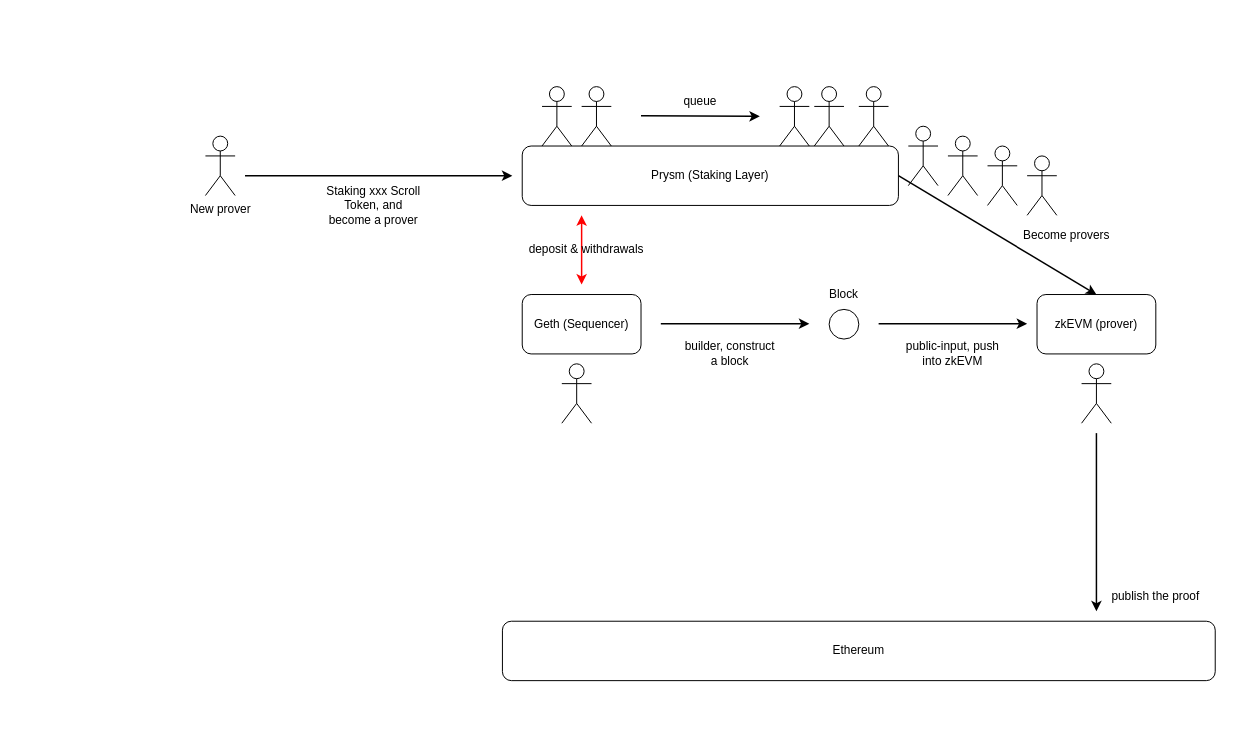
0xyicheng/a-research-diagram keeps this draw.io diagram as scroll/idea: reuse beacon chain.drawio. Above is the earlier version. Source tidied: cells renumbered, new cells numbered last; positions are measured from the earlier drawing's top-left corner, leaving out a move shared by most shapes. Both pictures are drawn from the tidied source at 99%, with x=0, y=0 at pixel (205, 86).
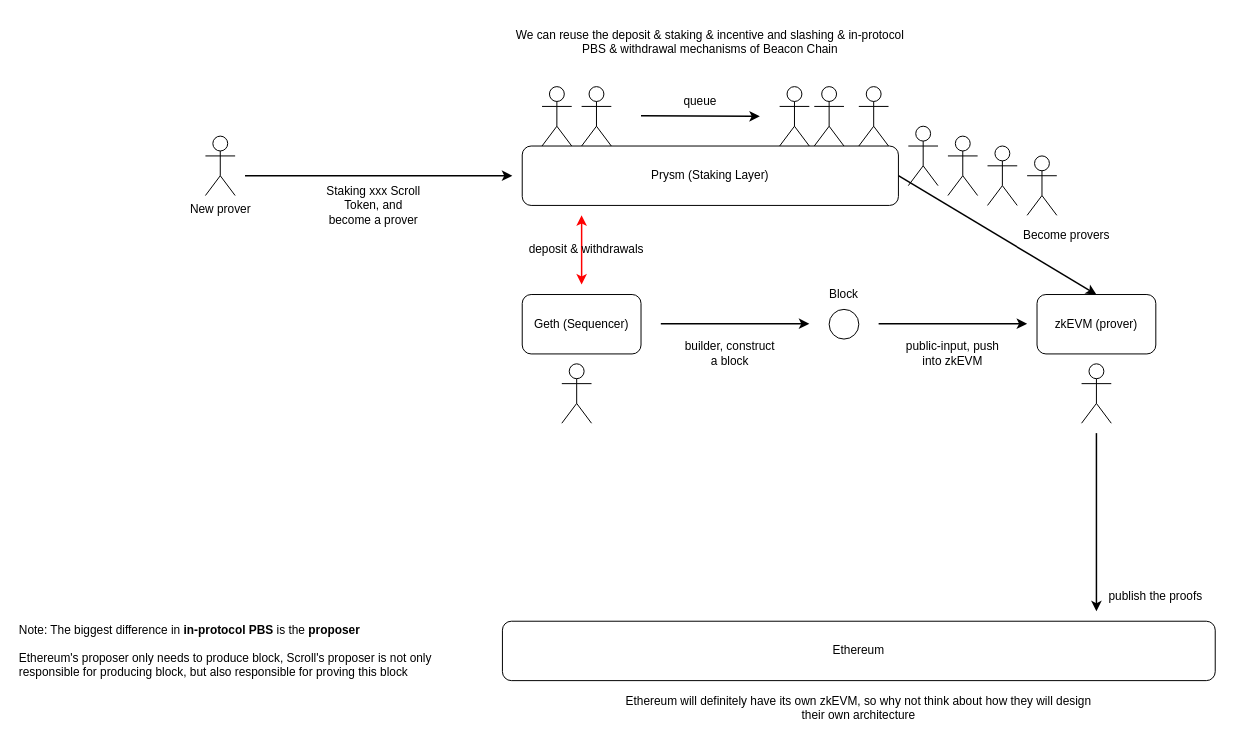
After the change.

What changed in the source:
```diff
@@
-    <mxCell id="24" value="publish the proof" style="text;html=1;strokeColor=none;fillColor=none;align=center;verticalAlign=middle;whiteSpace=wrap;rounded=0;" parent="1" vertex="1">
+    <mxCell id="24" value="publish the proofs" style="text;html=1;strokeColor=none;fillColor=none;align=center;verticalAlign=middle;whiteSpace=wrap;rounded=0;" parent="1" vertex="1">
       <mxGeometry x="900" y="500" width="120" height="30" as="geometry" />
     </mxCell>
@@
+    <mxCell id="34" value="We can reuse the deposit &amp;amp; staking &amp;amp; incentive and slashing &amp;amp; in-protocol PBS &amp;amp; withdrawal mechanisms of Beacon Chain" style="text;html=1;strokeColor=none;fillColor=none;align=center;verticalAlign=middle;whiteSpace=wrap;rounded=0;" parent="1" vertex="1">
+      <mxGeometry x="300" y="-70" width="420" height="50" as="geometry" />
+    </mxCell>
+    <mxCell id="35" value="&lt;div&gt;Ethereum will definitely have its own zkEVM, so why not think about how they will design their own architecture&lt;/div&gt;&lt;div&gt;&lt;br&gt;&lt;/div&gt;" style="text;html=1;strokeColor=none;fillColor=none;align=center;verticalAlign=middle;whiteSpace=wrap;rounded=0;" parent="1" vertex="1">
+      <mxGeometry x="420" y="620" width="480" height="30" as="geometry" />
+    </mxCell>
+    <mxCell id="36" value="&lt;div&gt;Note: The biggest difference in &lt;b&gt;in-protocol PBS&lt;/b&gt; is the &lt;b&gt;proposer&lt;/b&gt;&lt;/div&gt;&lt;div&gt;&lt;span style=&quot;font-size: 12px;&quot;&gt;&lt;br&gt;&lt;/span&gt;&lt;/div&gt;&lt;div&gt;&lt;span style=&quot;font-size: 12px;&quot;&gt;Ethereum's proposer only needs to produce block, Scroll's proposer is not only responsible for producing block, but also responsible for proving this block&lt;/span&gt;&lt;/div&gt;" style="text;html=1;strokeColor=none;fillColor=none;align=left;verticalAlign=middle;whiteSpace=wrap;rounded=0;" parent="1" vertex="1">
+      <mxGeometry x="-190" y="540" width="420" height="60" as="geometry" />
+    </mxCell>
```
